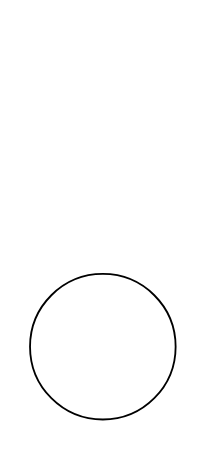
Before: page "Seite-1" (1 of 2) of Unbenanntes Diagramm.drawio in spiess-demos/Testrepo, a draw.io diagram. Source tidied: cells renumbered, new cells numbered last; positions are measured from the earlier drawing's top-left corner, leaving out a move shared by most shapes. Both pictures are drawn from the tidied source at 182%, with x=0, y=0 at pixel (29, 273).
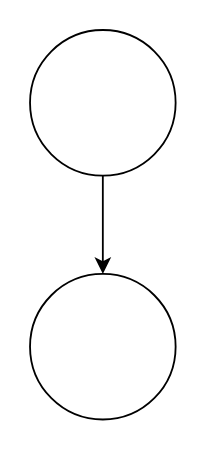
The same page after the edit.

Change to the diagram source:
```diff
@@
 <mxGraphModel>
   <root>
     <mxCell id="0" />
     <mxCell id="1" parent="0" />
     <mxCell id="2" style="ellipse;whiteSpace=wrap;html=1;" parent="1" vertex="1">
       <mxGeometry width="80" height="80" as="geometry" />
     </mxCell>
+    <mxCell id="3" style="edgeStyle=orthogonalEdgeStyle;rounded=0;jettySize=auto;html=1;" parent="1" edge="1" source="4" target="2">
+      <mxGeometry relative="1" as="geometry" />
+    </mxCell>
+    <mxCell id="4" style="ellipse;whiteSpace=wrap;html=1;" parent="1" vertex="1">
+      <mxGeometry y="-134" width="80" height="80" as="geometry" />
+    </mxCell>
   </root>
 </mxGraphModel>
```
